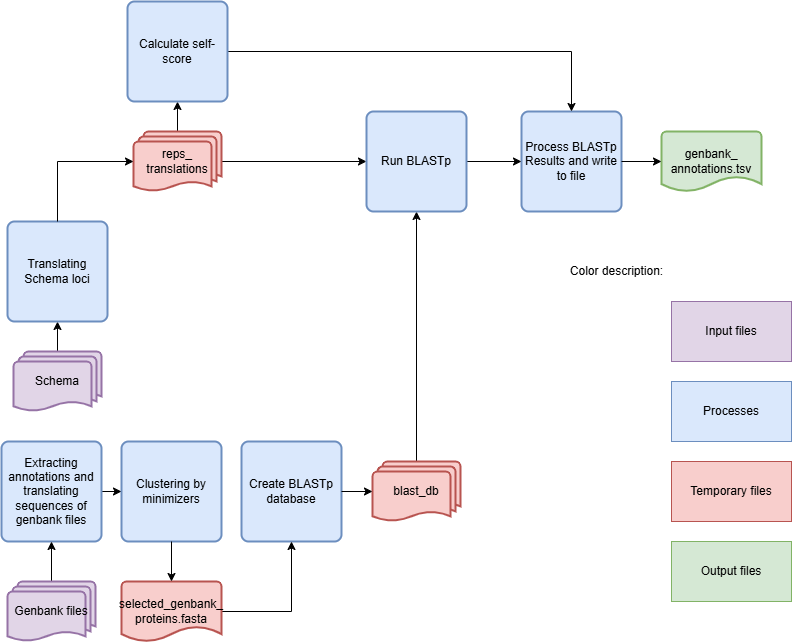
This is SchemaRefinery/docs/SchemaRefinery/Modules/source/genbank_annotation.png from B-UMMI/Schema_Refinery, a draw.io export, as it was before one commit. Source tidied: cells renumbered, new cells last; positions are measured from the earlier drawing's top-left corner, leaving out a move shared by most shapes.
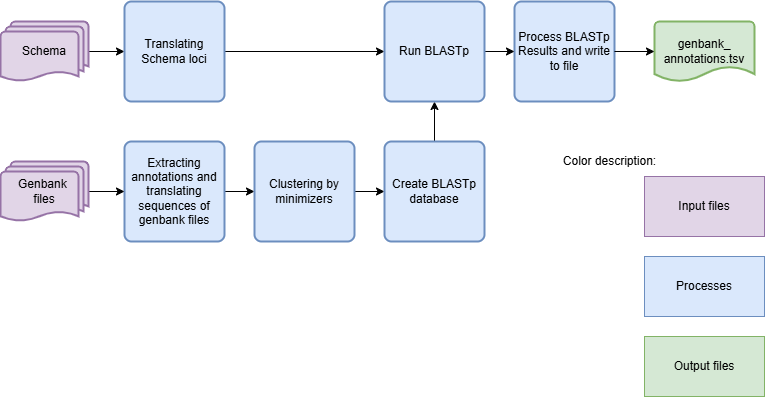
After the commit.

Change to the diagram source:
```diff
@@ -2,102 +2,68 @@
   <root>
     <mxCell id="0" />
     <mxCell id="1" parent="0" />
-    <mxCell id="2" style="edgeStyle=orthogonalEdgeStyle;rounded=0;jettySize=auto;html=1;entryX=0;entryY=0.5;entryDx=0;entryDy=0;" parent="1" edge="1" source="3" target="6">
+    <mxCell id="2" style="edgeStyle=orthogonalEdgeStyle;shape=connector;rounded=0;jettySize=auto;html=1;entryX=0;entryY=0.5;entryDx=0;entryDy=0;strokeColor=default;align=center;verticalAlign=middle;fontFamily=Helvetica;fontSize=11;fontColor=default;labelBackgroundColor=default;endArrow=classic;" parent="1" edge="1" source="3" target="6">
       <mxGeometry relative="1" as="geometry" />
     </mxCell>
     <mxCell id="3" value="Extracting annotations and translating sequences of genbank files" style="rounded=1;whiteSpace=wrap;html=1;absoluteArcSize=1;arcSize=14;strokeWidth=2;fillColor=#dae8fc;strokeColor=#6c8ebf;" parent="1" vertex="1">
-      <mxGeometry y="440" width="100" height="100" as="geometry" />
+      <mxGeometry x="130" y="250" width="100" height="100" as="geometry" />
     </mxCell>
-    <mxCell id="4" style="edgeStyle=orthogonalEdgeStyle;rounded=0;jettySize=auto;html=1;entryX=0.5;entryY=1;entryDx=0;entryDy=0;" parent="1" edge="1" source="5" target="3">
+    <mxCell id="4" style="edgeStyle=orthogonalEdgeStyle;shape=connector;rounded=0;jettySize=auto;html=1;entryX=0;entryY=0.5;entryDx=0;entryDy=0;strokeColor=default;align=center;verticalAlign=middle;fontFamily=Helvetica;fontSize=11;fontColor=default;labelBackgroundColor=default;endArrow=classic;" parent="1" edge="1" source="5" target="3">
       <mxGeometry relative="1" as="geometry" />
     </mxCell>
-    <mxCell id="5" value="Genbank files" style="strokeWidth=2;html=1;shape=mxgraph.flowchart.multi-document;whiteSpace=wrap;fillColor=#E1D5E7;strokeColor=#9673A6;" parent="1" vertex="1">
-      <mxGeometry x="6" y="580" width="88" height="60" as="geometry" />
+    <mxCell id="5" value="Genbank&amp;nbsp;&lt;div&gt;files&lt;/div&gt;" style="strokeWidth=2;html=1;shape=mxgraph.flowchart.multi-document;whiteSpace=wrap;fillColor=#E1D5E7;strokeColor=#9673A6;" parent="1" vertex="1">
+      <mxGeometry x="6" y="270" width="88" height="60" as="geometry" />
     </mxCell>
+    <mxCell id="33" style="edgeStyle=orthogonalEdgeStyle;shape=connector;rounded=0;jettySize=auto;html=1;entryX=0;entryY=0.5;entryDx=0;entryDy=0;strokeColor=default;align=center;verticalAlign=middle;fontFamily=Helvetica;fontSize=11;fontColor=default;labelBackgroundColor=default;endArrow=classic;" parent="1" edge="1" source="6" target="7">
+      <mxGeometry relative="1" as="geometry" />
+    </mxCell>
     <mxCell id="6" value="Clustering by minimizers" style="rounded=1;whiteSpace=wrap;html=1;absoluteArcSize=1;arcSize=14;strokeWidth=2;fillColor=#dae8fc;strokeColor=#6c8ebf;" parent="1" vertex="1">
-      <mxGeometry x="120" y="440" width="100" height="100" as="geometry" />
+      <mxGeometry x="260" y="250" width="100" height="100" as="geometry" />
     </mxCell>
+    <mxCell id="34" style="edgeStyle=orthogonalEdgeStyle;shape=connector;rounded=0;jettySize=auto;html=1;entryX=0.5;entryY=1;entryDx=0;entryDy=0;strokeColor=default;align=center;verticalAlign=middle;fontFamily=Helvetica;fontSize=11;fontColor=default;labelBackgroundColor=default;endArrow=classic;" parent="1" edge="1" source="7" target="24">
+      <mxGeometry relative="1" as="geometry" />
+    </mxCell>
     <mxCell id="7" value="Create BLASTp database" style="rounded=1;whiteSpace=wrap;html=1;absoluteArcSize=1;arcSize=14;strokeWidth=2;fillColor=#dae8fc;strokeColor=#6c8ebf;" parent="1" vertex="1">
-      <mxGeometry x="240" y="440" width="100" height="100" as="geometry" />
+      <mxGeometry x="390" y="250" width="100" height="100" as="geometry" />
     </mxCell>
-    <mxCell id="8" style="edgeStyle=orthogonalEdgeStyle;rounded=0;jettySize=auto;html=1;entryX=0.5;entryY=1;entryDx=0;entryDy=0;" parent="1" edge="1" source="9" target="10">
+    <mxCell id="8" style="edgeStyle=orthogonalEdgeStyle;shape=connector;rounded=0;jettySize=auto;html=1;entryX=0;entryY=0.5;entryDx=0;entryDy=0;strokeColor=default;align=center;verticalAlign=middle;fontFamily=Helvetica;fontSize=11;fontColor=default;labelBackgroundColor=default;endArrow=classic;" parent="1" edge="1" source="9" target="10">
       <mxGeometry relative="1" as="geometry" />
     </mxCell>
     <mxCell id="9" value="Schema" style="strokeWidth=2;html=1;shape=mxgraph.flowchart.multi-document;whiteSpace=wrap;fillColor=#E1D5E7;strokeColor=#9673A6;" parent="1" vertex="1">
-      <mxGeometry x="12" y="350" width="88" height="60" as="geometry" />
+      <mxGeometry x="6" y="130" width="88" height="60" as="geometry" />
     </mxCell>
+    <mxCell id="35" style="edgeStyle=orthogonalEdgeStyle;shape=connector;rounded=0;jettySize=auto;html=1;entryX=0;entryY=0.5;entryDx=0;entryDy=0;strokeColor=default;align=center;verticalAlign=middle;fontFamily=Helvetica;fontSize=11;fontColor=default;labelBackgroundColor=default;endArrow=classic;" parent="1" edge="1" source="10" target="24">
+      <mxGeometry relative="1" as="geometry" />
+    </mxCell>
     <mxCell id="10" value="Translating Schema loci" style="rounded=1;whiteSpace=wrap;html=1;absoluteArcSize=1;arcSize=14;strokeWidth=2;fillColor=#dae8fc;strokeColor=#6c8ebf;" parent="1" vertex="1">
-      <mxGeometry x="6" y="220" width="100" height="100" as="geometry" />
+      <mxGeometry x="130" y="110" width="100" height="100" as="geometry" />
     </mxCell>
-    <mxCell id="11" style="edgeStyle=orthogonalEdgeStyle;rounded=0;jettySize=auto;html=1;entryX=0;entryY=0.5;entryDx=0;entryDy=0;" parent="1" edge="1" source="13" target="24">
-      <mxGeometry relative="1" as="geometry" />
-    </mxCell>
-    <mxCell id="12" style="edgeStyle=orthogonalEdgeStyle;rounded=0;jettySize=auto;html=1;" parent="1" edge="1" source="13" target="22">
-      <mxGeometry relative="1" as="geometry" />
-    </mxCell>
-    <mxCell id="13" value="reps_&lt;div&gt;translations&lt;/div&gt;" style="strokeWidth=2;html=1;shape=mxgraph.flowchart.multi-document;whiteSpace=wrap;fillColor=#f8cecc;strokeColor=#b85450;" parent="1" vertex="1">
-      <mxGeometry x="132" y="130" width="88" height="60" as="geometry" />
-    </mxCell>
-    <mxCell id="14" style="edgeStyle=orthogonalEdgeStyle;rounded=0;jettySize=auto;html=1;entryX=0.5;entryY=1;entryDx=0;entryDy=0;" parent="1" edge="1" source="15" target="7">
-      <mxGeometry relative="1" as="geometry" />
-    </mxCell>
-    <mxCell id="15" value="selected_genbank_&lt;div&gt;proteins.fasta&lt;/div&gt;" style="strokeWidth=2;html=1;shape=mxgraph.flowchart.document2;whiteSpace=wrap;size=0.25;fillColor=#f8cecc;strokeColor=#b85450;" parent="1" vertex="1">
-      <mxGeometry x="120" y="580" width="100" height="60" as="geometry" />
-    </mxCell>
-    <mxCell id="16" style="edgeStyle=orthogonalEdgeStyle;rounded=0;jettySize=auto;html=1;entryX=0.5;entryY=0;entryDx=0;entryDy=0;entryPerimeter=0;" parent="1" edge="1" source="6" target="15">
-      <mxGeometry relative="1" as="geometry" />
-    </mxCell>
-    <mxCell id="17" style="edgeStyle=orthogonalEdgeStyle;rounded=0;jettySize=auto;html=1;entryX=0.5;entryY=1;entryDx=0;entryDy=0;" parent="1" edge="1" source="18" target="24">
-      <mxGeometry relative="1" as="geometry" />
-    </mxCell>
-    <mxCell id="18" value="blast_db" style="strokeWidth=2;html=1;shape=mxgraph.flowchart.multi-document;whiteSpace=wrap;fillColor=#f8cecc;strokeColor=#b85450;" parent="1" vertex="1">
-      <mxGeometry x="371" y="460" width="88" height="60" as="geometry" />
-    </mxCell>
     <mxCell id="19" value="Process BLASTp Results and write to file" style="rounded=1;whiteSpace=wrap;html=1;absoluteArcSize=1;arcSize=14;strokeWidth=2;fillColor=#dae8fc;strokeColor=#6c8ebf;" parent="1" vertex="1">
       <mxGeometry x="520" y="110" width="100" height="100" as="geometry" />
     </mxCell>
     <mxCell id="20" value="genbank_&lt;div&gt;annotations.tsv&lt;/div&gt;" style="strokeWidth=2;html=1;shape=mxgraph.flowchart.document2;whiteSpace=wrap;size=0.25;fillColor=#d5e8d4;strokeColor=#82b366;" parent="1" vertex="1">
       <mxGeometry x="660" y="130" width="100" height="60" as="geometry" />
     </mxCell>
-    <mxCell id="21" style="edgeStyle=orthogonalEdgeStyle;rounded=0;jettySize=auto;html=1;" parent="1" edge="1" source="22" target="19">
-      <mxGeometry relative="1" as="geometry" />
-    </mxCell>
-    <mxCell id="22" value="Calculate self-score" style="rounded=1;whiteSpace=wrap;html=1;absoluteArcSize=1;arcSize=14;strokeWidth=2;fillColor=#dae8fc;strokeColor=#6c8ebf;" parent="1" vertex="1">
-      <mxGeometry x="126" width="100" height="100" as="geometry" />
-    </mxCell>
     <mxCell id="23" style="edgeStyle=orthogonalEdgeStyle;rounded=0;jettySize=auto;html=1;" parent="1" edge="1" source="24" target="19">
       <mxGeometry relative="1" as="geometry" />
     </mxCell>
     <mxCell id="24" value="Run BLASTp" style="rounded=1;whiteSpace=wrap;html=1;absoluteArcSize=1;arcSize=14;strokeWidth=2;fillColor=#dae8fc;strokeColor=#6c8ebf;" parent="1" vertex="1">
-      <mxGeometry x="365" y="110" width="100" height="100" as="geometry" />
+      <mxGeometry x="390" y="110" width="100" height="100" as="geometry" />
     </mxCell>
-    <mxCell id="25" style="edgeStyle=orthogonalEdgeStyle;rounded=0;jettySize=auto;html=1;entryX=0;entryY=0.5;entryDx=0;entryDy=0;entryPerimeter=0;" parent="1" edge="1" source="7" target="18">
-      <mxGeometry relative="1" as="geometry" />
-    </mxCell>
     <mxCell id="26" style="edgeStyle=orthogonalEdgeStyle;rounded=0;jettySize=auto;html=1;entryX=0;entryY=0.5;entryDx=0;entryDy=0;entryPerimeter=0;" parent="1" edge="1" source="19" target="20">
       <mxGeometry relative="1" as="geometry" />
     </mxCell>
     <mxCell id="27" value="Processes" style="rounded=0;whiteSpace=wrap;html=1;fillColor=#dae8fc;strokeColor=#6c8ebf;" parent="1" vertex="1">
-      <mxGeometry x="670" y="380" width="120" height="60" as="geometry" />
+      <mxGeometry x="650" y="365" width="120" height="60" as="geometry" />
     </mxCell>
-    <mxCell id="28" value="Temporary files" style="rounded=0;whiteSpace=wrap;html=1;fillColor=#f8cecc;strokeColor=#b85450;" parent="1" vertex="1">
-      <mxGeometry x="670" y="460" width="120" height="60" as="geometry" />
-    </mxCell>
     <mxCell id="29" value="Input files" style="rounded=0;whiteSpace=wrap;html=1;fillColor=#e1d5e7;strokeColor=#9673a6;" parent="1" vertex="1">
-      <mxGeometry x="670" y="300" width="120" height="60" as="geometry" />
+      <mxGeometry x="650" y="285" width="120" height="60" as="geometry" />
     </mxCell>
     <mxCell id="30" value="Output files" style="rounded=0;whiteSpace=wrap;html=1;fillColor=#d5e8d4;strokeColor=#82b366;" parent="1" vertex="1">
-      <mxGeometry x="670" y="540" width="120" height="60" as="geometry" />
+      <mxGeometry x="650" y="445" width="120" height="60" as="geometry" />
     </mxCell>
     <mxCell id="31" value="Color description:" style="text;html=1;align=center;verticalAlign=middle;strokeColor=none;fillColor=none;" parent="1" vertex="1">
       <mxGeometry x="560" y="255" width="110" height="30" as="geometry" />
     </mxCell>
-    <mxCell id="32" style="edgeStyle=orthogonalEdgeStyle;rounded=0;jettySize=auto;html=1;entryX=0;entryY=0.5;entryDx=0;entryDy=0;entryPerimeter=0;" parent="1" edge="1" source="10" target="13">
-      <mxGeometry relative="1" as="geometry">
-        <Array as="points">
-          <mxPoint x="56" y="160" />
-        </Array>
-      </mxGeometry>
-    </mxCell>
   </root>
 </mxGraphModel>
```
